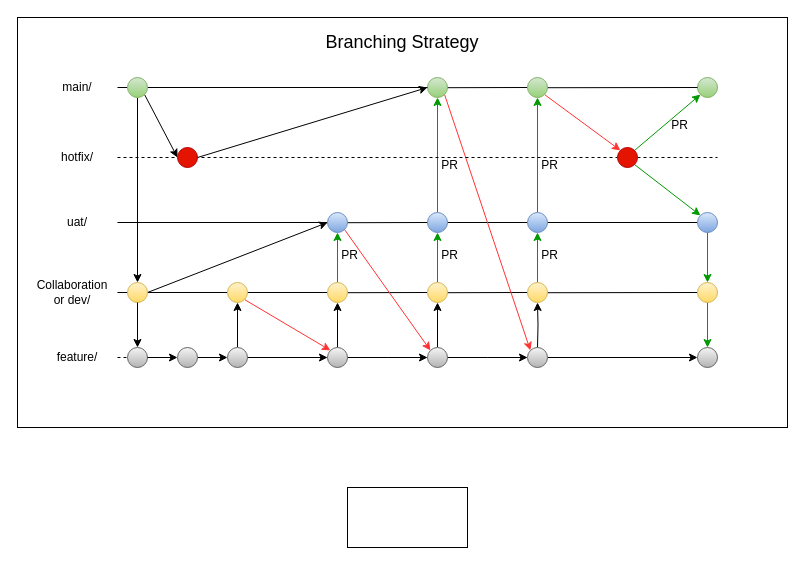
The draw.io diagram branches.drawio in Sri-git-acc/python, before the edit. Source tidied: cells renumbered, new cells numbered last; positions are measured from the earlier drawing's top-left corner, leaving out a move shared by most shapes. Both pictures are drawn from the tidied source at 100%, with x=0, y=0 at pixel (17, 17).
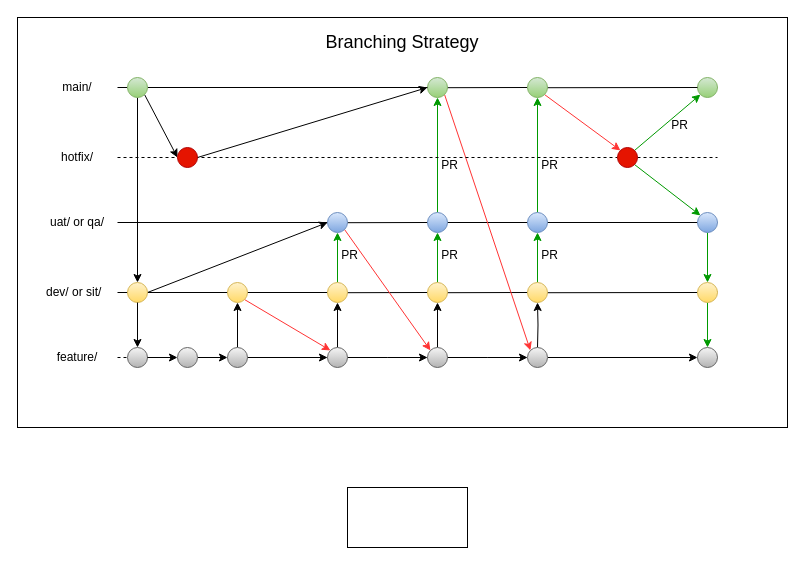
Above is the later version.

What changed in the source:
```diff
@@
-    <mxCell id="7" value="Collaboration or dev/" style="text;html=1;whiteSpace=wrap;strokeColor=none;fillColor=none;align=center;verticalAlign=middle;rounded=0;" parent="1" vertex="1">
+    <mxCell id="7" value="&amp;nbsp;dev/ or sit/" style="text;html=1;whiteSpace=wrap;strokeColor=none;fillColor=none;align=center;verticalAlign=middle;rounded=0;" parent="1" vertex="1">
       <mxGeometry x="20" y="260" width="70" height="30" as="geometry" />
     </mxCell>
@@
-    <mxCell id="27" value="uat/" style="text;html=1;whiteSpace=wrap;strokeColor=none;fillColor=none;align=center;verticalAlign=middle;rounded=0;" parent="1" vertex="1">
+    <mxCell id="27" value="uat/ or qa/" style="text;html=1;whiteSpace=wrap;strokeColor=none;fillColor=none;align=center;verticalAlign=middle;rounded=0;" parent="1" vertex="1">
       <mxGeometry x="30" y="190" width="60" height="30" as="geometry" />
     </mxCell>
```
